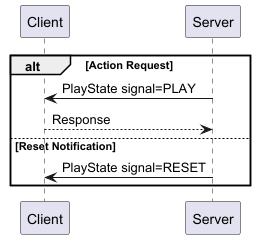
Earlier version of the PlantUML export documentation/simulations/HighLowCards/seq.png (graham-evans/AISandbox-Server). Its diagram source:
```plantuml
@startuml

alt Action Request

    Client <-Server: PlayState signal=PLAY
    Client --> Server: Response

else Reset Notification

    Client <- Server: PlayState signal=RESET
end

@enduml
```
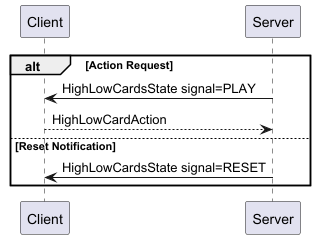
After the commit.

Change to the diagram source:
```diff
@@ -2,12 +2,12 @@
 
 alt Action Request
 
-    Client <-Server: PlayState signal=PLAY
-    Client --> Server: Response
+    Client <-Server: HighLowCardsState signal=PLAY
+    Client --> Server: HighLowCardAction
 
 else Reset Notification
 
-    Client <- Server: PlayState signal=RESET
+    Client <- Server: HighLowCardsState signal=RESET
 end
 
 @enduml
```
